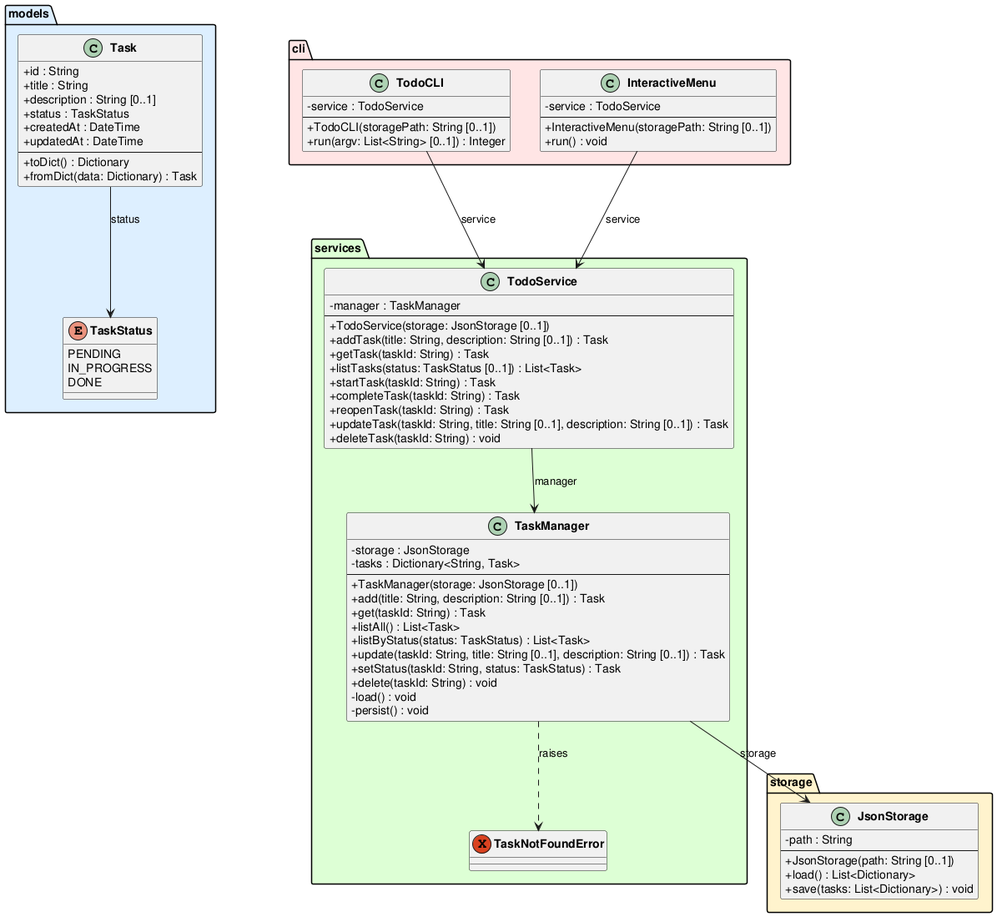
DanielRiha8906/Software_autoevolution_using_agents keeps this PlantUML diagram as experiments/supervisor_as_tools/user_stories/TODO/artifacts/class_diagram.png. Above is the earlier version.
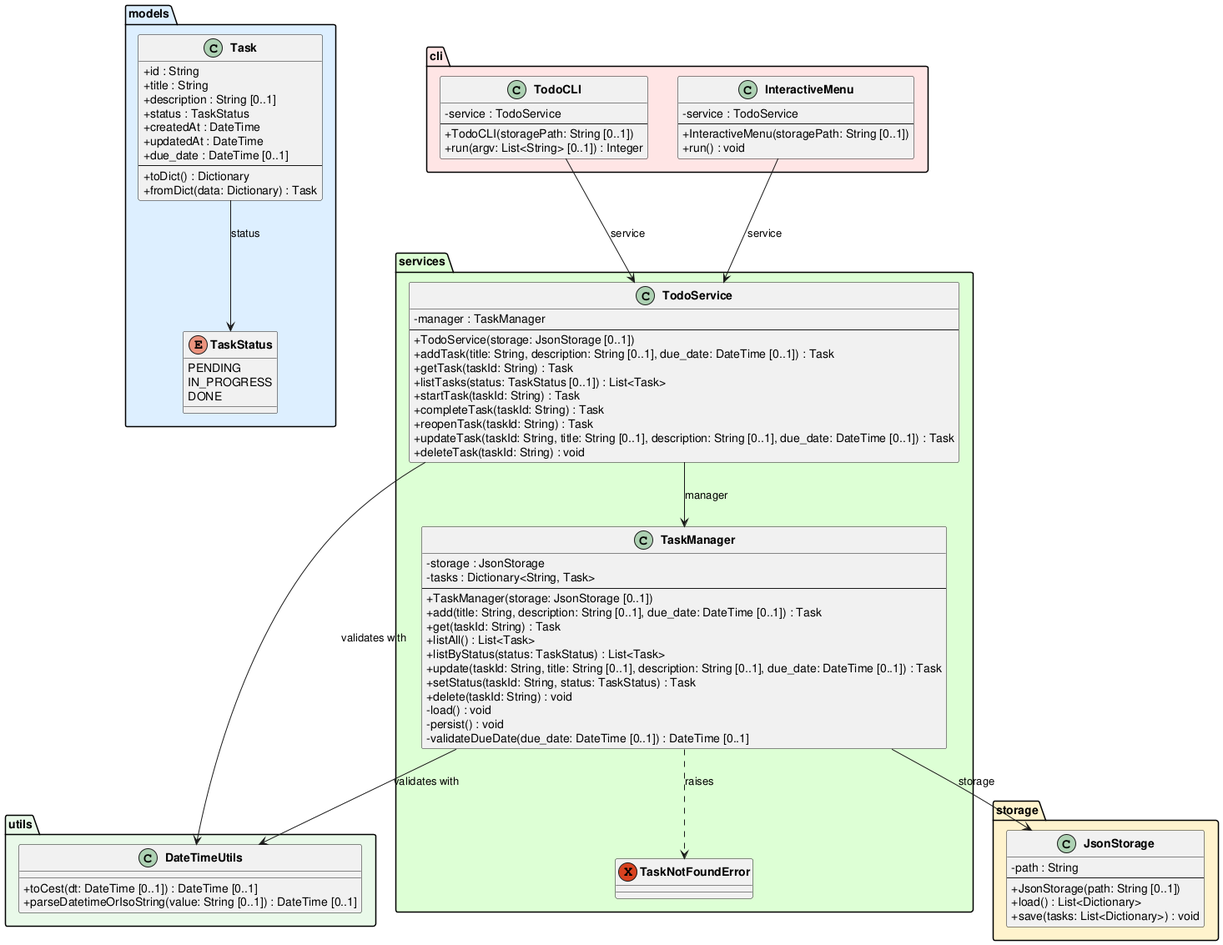
After the change.

Diff of the diagram source:
```diff
@@ -17,9 +17,17 @@
         +status : TaskStatus
         +createdAt : DateTime
         +updatedAt : DateTime
+        +due_date : DateTime [0..1]
         --
         +toDict() : Dictionary
         +fromDict(data: Dictionary) : Task
+    }
+}
+
+package "utils" #E8F8E8 {
+    class DateTimeUtils {
+        +toCest(dt: DateTime [0..1]) : DateTime [0..1]
+        +parseDatetimeOrIsoString(value: String [0..1]) : DateTime [0..1]
     }
 }
 
@@ -41,28 +49,29 @@
         -tasks : Dictionary<String, Task>
         --
         +TaskManager(storage: JsonStorage [0..1])
-        +add(title: String, description: String [0..1]) : Task
+        +add(title: String, description: String [0..1], due_date: DateTime [0..1]) : Task
         +get(taskId: String) : Task
         +listAll() : List<Task>
         +listByStatus(status: TaskStatus) : List<Task>
-        +update(taskId: String, title: String [0..1], description: String [0..1]) : Task
+        +update(taskId: String, title: String [0..1], description: String [0..1], due_date: DateTime [0..1]) : Task
         +setStatus(taskId: String, status: TaskStatus) : Task
         +delete(taskId: String) : void
         -load() : void
         -persist() : void
+        -validateDueDate(due_date: DateTime [0..1]) : DateTime [0..1]
     }
 
     class TodoService {
         -manager : TaskManager
         --
         +TodoService(storage: JsonStorage [0..1])
-        +addTask(title: String, description: String [0..1]) : Task
+        +addTask(title: String, description: String [0..1], due_date: DateTime [0..1]) : Task
         +getTask(taskId: String) : Task
         +listTasks(status: TaskStatus [0..1]) : List<Task>
         +startTask(taskId: String) : Task
         +completeTask(taskId: String) : Task
         +reopenTask(taskId: String) : Task
-        +updateTask(taskId: String, title: String [0..1], description: String [0..1]) : Task
+        +updateTask(taskId: String, title: String [0..1], description: String [0..1], due_date: DateTime [0..1]) : Task
         +deleteTask(taskId: String) : void
     }
 }
@@ -86,7 +95,9 @@
 Task --> TaskStatus : status
 TaskManager --> JsonStorage : storage
 TaskManager ..> TaskNotFoundError : raises
+TaskManager --> DateTimeUtils : validates with
 TodoService --> TaskManager : manager
+TodoService --> DateTimeUtils : validates with
 TodoCLI --> TodoService : service
 InteractiveMenu --> TodoService : service
 
```
